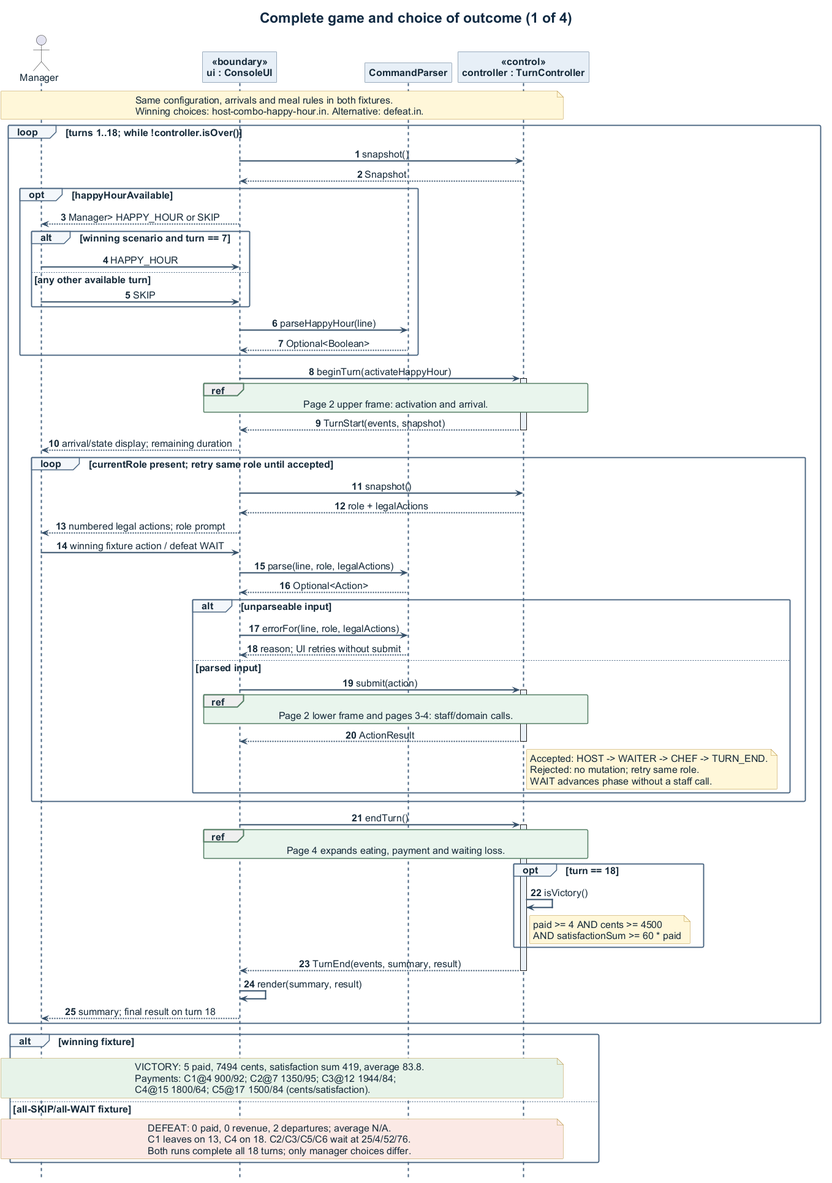
This is docs/diagrams/exports/sequence-1-game.png from respoopu/SC2002-lab-assignment-final, a PlantUML export, as it was before one commit. Its source is kept beside it as docs/diagrams/sequence-1-game.puml.
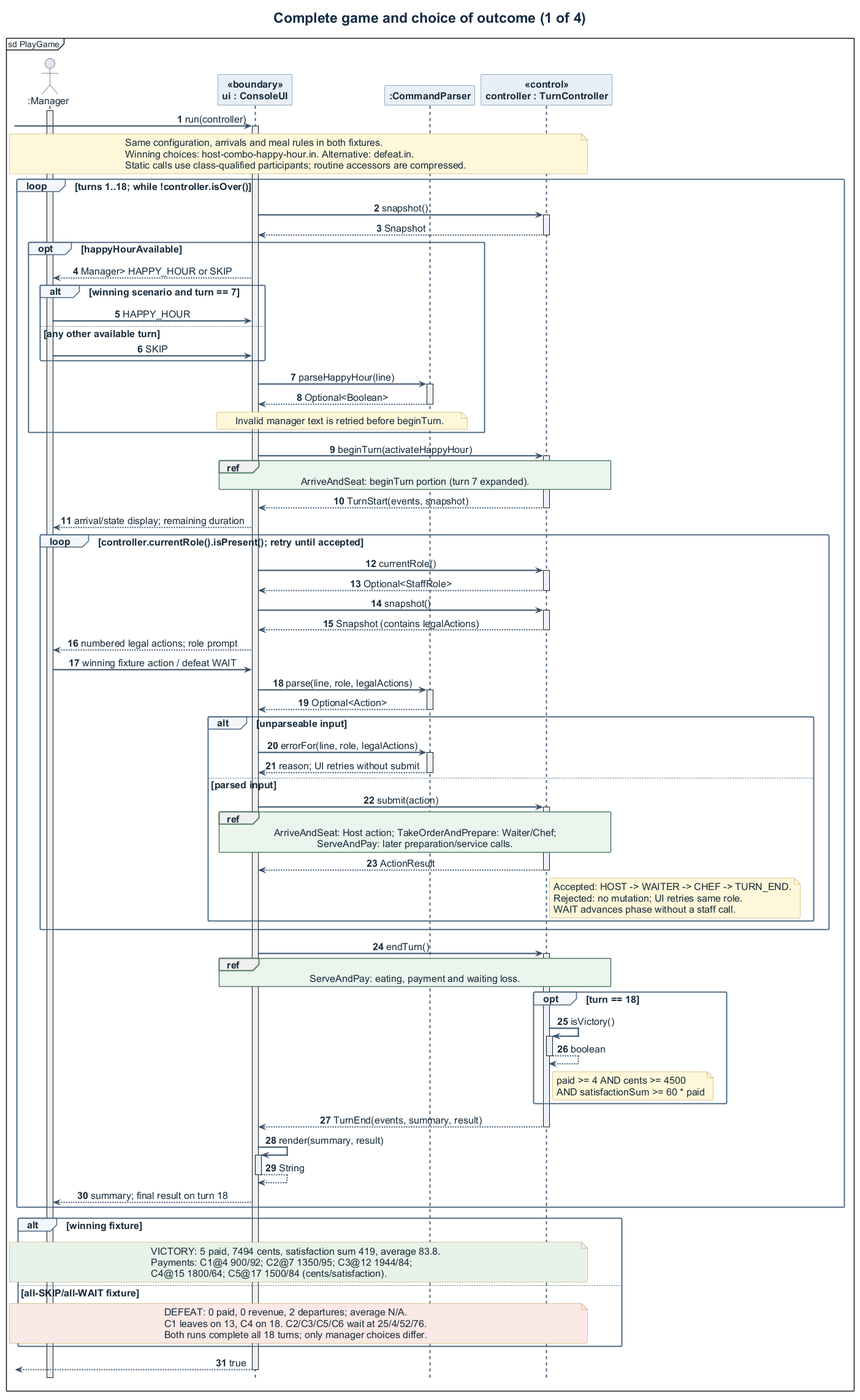
Later version of the same file.

Commit message:
docs(uml): correct sequence receivers and course notation

Change to the diagram source:
```diff
@@ -1,20 +1,23 @@
 @startuml sequence-1-game
 !include style.iuml
 title Complete game and choice of outcome (1 of 4)
+mainframe sd PlayGame
 hide footbox
-actor Manager
+actor ":Manager" as Manager
 participant "ui : ConsoleUI" as UI <<boundary>>
-participant CommandParser as Parser
+participant ":CommandParser" as Parser
 participant "controller : TurnController" as TC <<control>>
 autonumber
-
+activate Manager
+[-> UI ++ : run(controller)
 note over Manager, TC
   Same configuration, arrivals and meal rules in both fixtures.
   Winning choices: host-combo-happy-hour.in. Alternative: defeat.in.
+  Static calls use class-qualified participants; routine accessors are compressed.
 end note
 loop turns 1..18; while !controller.isOver()
-  UI -> TC : snapshot()
-  TC --> UI : Snapshot
+  UI -> TC ++ : snapshot()
+  TC --> UI -- : Snapshot
   opt happyHourAvailable
     UI --> Manager : Manager> HAPPY_HOUR or SKIP
     alt winning scenario and turn == 7
@@ -22,45 +25,52 @@
     else any other available turn
       Manager -> UI : SKIP
     end
-    UI -> Parser : parseHappyHour(line)
-    Parser --> UI : Optional<Boolean>
+    UI -> Parser ++ : parseHappyHour(line)
+    Parser --> UI -- : Optional<Boolean>
+    note over UI, Parser : Invalid manager text is retried before beginTurn.
   end
   UI -> TC ++ : beginTurn(activateHappyHour)
-  ref over UI, TC : Page 2 upper frame: activation and arrival.
+  ref over UI, TC : ArriveAndSeat: beginTurn portion (turn 7 expanded).
   TC --> UI -- : TurnStart(events, snapshot)
   UI --> Manager : arrival/state display; remaining duration
-  loop currentRole present; retry same role until accepted
-    UI -> TC : snapshot()
-    TC --> UI : role + legalActions
+  loop controller.currentRole().isPresent(); retry until accepted
+    UI -> TC ++ : currentRole()
+    TC --> UI -- : Optional<StaffRole>
+    UI -> TC ++ : snapshot()
+    TC --> UI -- : Snapshot (contains legalActions)
     UI --> Manager : numbered legal actions; role prompt
     Manager -> UI : winning fixture action / defeat WAIT
-    UI -> Parser : parse(line, role, legalActions)
-    Parser --> UI : Optional<Action>
+    UI -> Parser ++ : parse(line, role, legalActions)
+    Parser --> UI -- : Optional<Action>
     alt unparseable input
-      UI -> Parser : errorFor(line, role, legalActions)
-      Parser --> UI : reason; UI retries without submit
+      UI -> Parser ++ : errorFor(line, role, legalActions)
+      Parser --> UI -- : reason; UI retries without submit
     else parsed input
       UI -> TC ++ : submit(action)
-      ref over UI, TC : Page 2 lower frame and pages 3-4: staff/domain calls.
+      ref over UI, TC
+        ArriveAndSeat: Host action; TakeOrderAndPrepare: Waiter/Chef;
+        ServeAndPay: later preparation/service calls.
+      end ref
       TC --> UI -- : ActionResult
       note right of TC
         Accepted: HOST -> WAITER -> CHEF -> TURN_END.
-        Rejected: no mutation; retry same role.
+        Rejected: no mutation; UI retries same role.
         WAIT advances phase without a staff call.
       end note
     end
   end
   UI -> TC ++ : endTurn()
-  ref over UI, TC : Page 4 expands eating, payment and waiting loss.
+  ref over UI, TC : ServeAndPay: eating, payment and waiting loss.
   opt turn == 18
-    TC -> TC : isVictory()
+    TC -> TC ++ : isVictory()
+    TC --> TC -- : boolean
     note right of TC : paid >= 4 AND cents >= 4500\nAND satisfactionSum >= 60 * paid
   end
   TC --> UI -- : TurnEnd(events, summary, result)
-  UI -> UI : render(summary, result)
+  UI -> UI ++ : render(summary, result)
+  UI --> UI -- : String
   UI --> Manager : summary; final result on turn 18
 end
-
 alt winning fixture
   note over Manager, TC #E7F3E9
     VICTORY: 5 paid, 7494 cents, satisfaction sum 419, average 83.8.
@@ -74,4 +84,6 @@
     Both runs complete all 18 turns; only manager choices differ.
   end note
 end
+[<-- UI -- : true
+deactivate Manager
 @enduml
```
